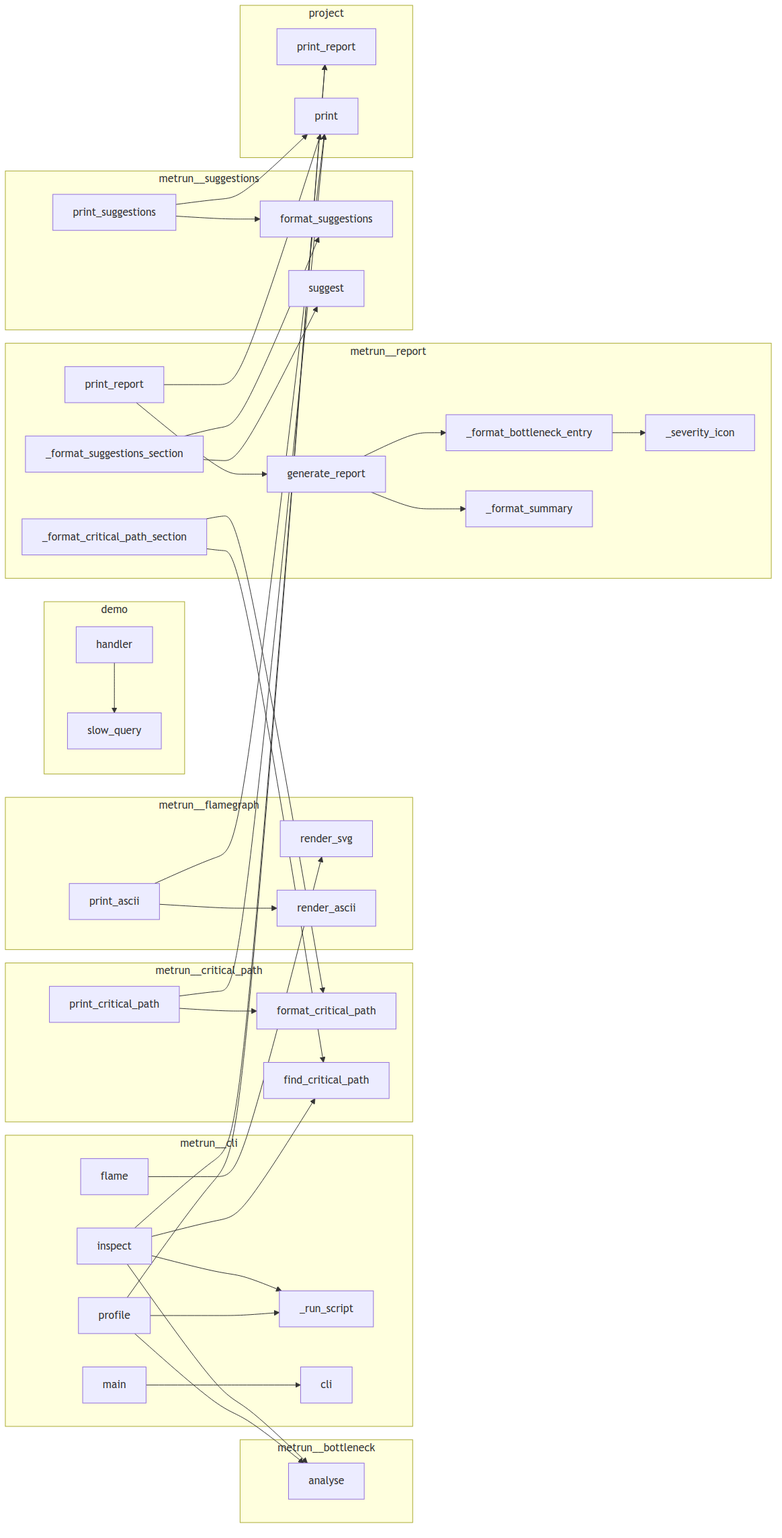
semcod/metrun keeps this Mermaid diagram as project/calls.png. Above is the earlier version. Its source is kept beside it as project/calls.mmd.
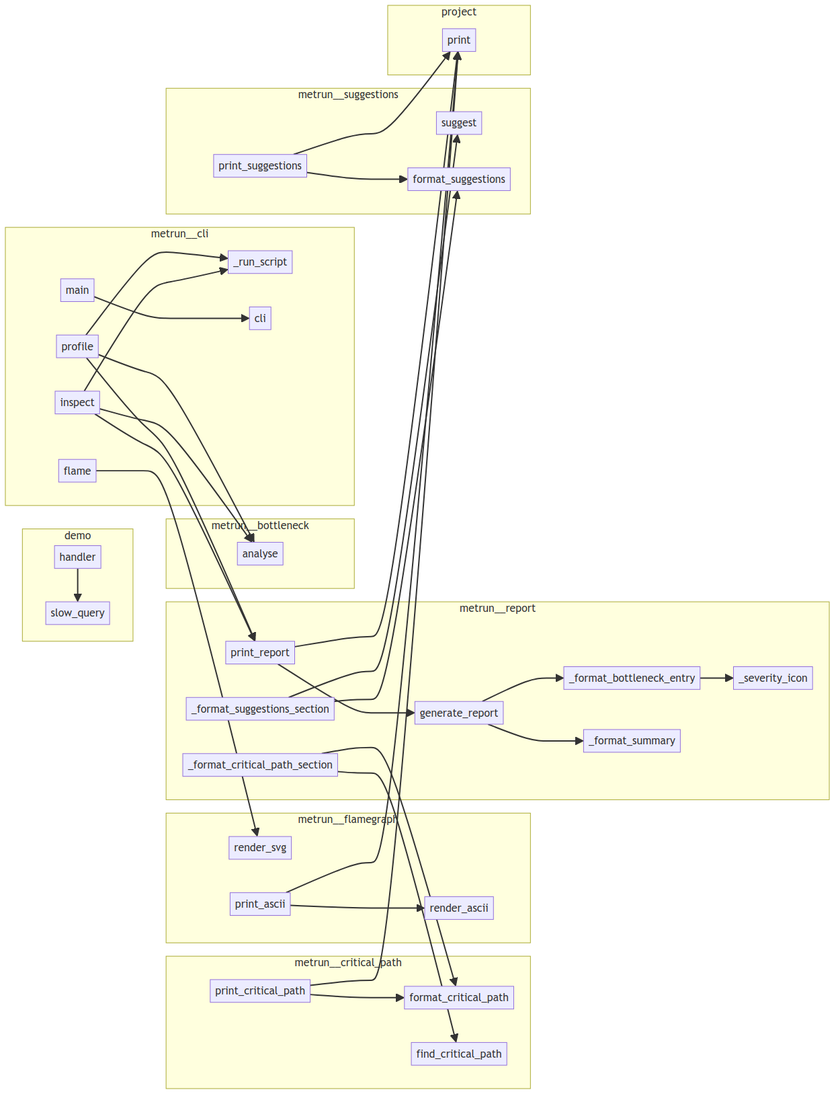
After the commit.

What changed in the source:
```diff
@@ -1,7 +1,7 @@
 flowchart LR
     subgraph demo
+        demo__handler["handler"]
         demo__slow_query["slow_query"]
-        demo__handler["handler"]
     end
     subgraph metrun__bottleneck
         metrun__bottleneck__BottleneckEngine__analyse["analyse"]
@@ -9,47 +9,45 @@
     subgraph metrun__cli
         metrun__cli__inspect["inspect"]
         metrun__cli__flame["flame"]
+        metrun__cli__profile["profile"]
         metrun__cli___run_script["_run_script"]
+        metrun__cli__cli["cli"]
         metrun__cli__main["main"]
-        metrun__cli__profile["profile"]
-        metrun__cli__cli["cli"]
     end
     subgraph metrun__critical_path
+        metrun__critical_path__print_critical_path["print_critical_path"]
         metrun__critical_path__format_critical_path["format_critical_path"]
         metrun__critical_path__find_critical_path["find_critical_path"]
-        metrun__critical_path__print_critical_path["print_critical_path"]
     end
     subgraph metrun__flamegraph
         metrun__flamegraph__render_svg["render_svg"]
+        metrun__flamegraph__print_ascii["print_ascii"]
         metrun__flamegraph__render_ascii["render_ascii"]
-        metrun__flamegraph__print_ascii["print_ascii"]
     end
     subgraph metrun__report
+        metrun__report__print_report["print_report"]
+        metrun__report__generate_report["generate_report"]
+        metrun__report___format_bottleneck_entry["_format_bottleneck_entry"]
         metrun__report___format_suggestions_section["_format_suggestions_section"]
-        metrun__report___format_bottleneck_entry["_format_bottleneck_entry"]
+        metrun__report___severity_icon["_severity_icon"]
+        metrun__report___format_summary["_format_summary"]
         metrun__report___format_critical_path_section["_format_critical_path_section"]
-        metrun__report__print_report["print_report"]
-        metrun__report___format_summary["_format_summary"]
-        metrun__report__generate_report["generate_report"]
-        metrun__report___severity_icon["_severity_icon"]
     end
     subgraph metrun__suggestions
+        metrun__suggestions__suggest["suggest"]
         metrun__suggestions__format_suggestions["format_suggestions"]
-        metrun__suggestions__suggest["suggest"]
         metrun__suggestions__print_suggestions["print_suggestions"]
     end
     subgraph project
-        project__print_report["print_report"]
         project__print["print"]
     end
     demo__handler --> demo__slow_query
     metrun__cli__profile --> metrun__cli___run_script
     metrun__cli__profile --> metrun__bottleneck__BottleneckEngine__analyse
-    metrun__cli__profile --> project__print_report
+    metrun__cli__profile --> metrun__report__print_report
     metrun__cli__inspect --> metrun__cli___run_script
     metrun__cli__inspect --> metrun__bottleneck__BottleneckEngine__analyse
-    metrun__cli__inspect --> project__print_report
-    metrun__cli__inspect --> metrun__critical_path__find_critical_path
+    metrun__cli__inspect --> metrun__report__print_report
     metrun__cli__flame --> metrun__flamegraph__render_svg
     metrun__cli__main --> metrun__cli__cli
     metrun__suggestions__print_suggestions --> project__print
@@ -63,7 +61,7 @@
     metrun__report__generate_report --> metrun__report___format_bottleneck_entry
     metrun__report__print_report --> project__print
     metrun__report__print_report --> metrun__report__generate_report
+    metrun__critical_path__print_critical_path --> project__print
+    metrun__critical_path__print_critical_path --> metrun__critical_path__format_critical_path
     metrun__flamegraph__print_ascii --> project__print
     metrun__flamegraph__print_ascii --> metrun__flamegraph__render_ascii
-    metrun__critical_path__print_critical_path --> project__print
-    metrun__critical_path__print_critical_path --> metrun__critical_path__format_critical_path
```
